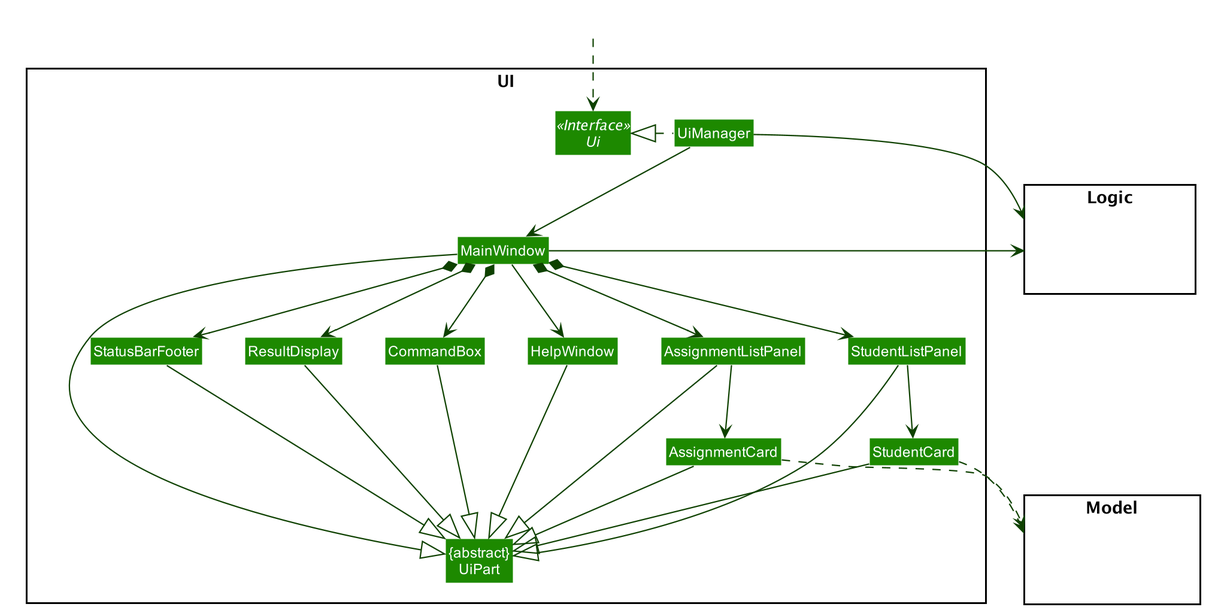
The PlantUML diagram images/UiClassDiagram.png in AY1920S1-CS2103-T14-1/main, before a commit.
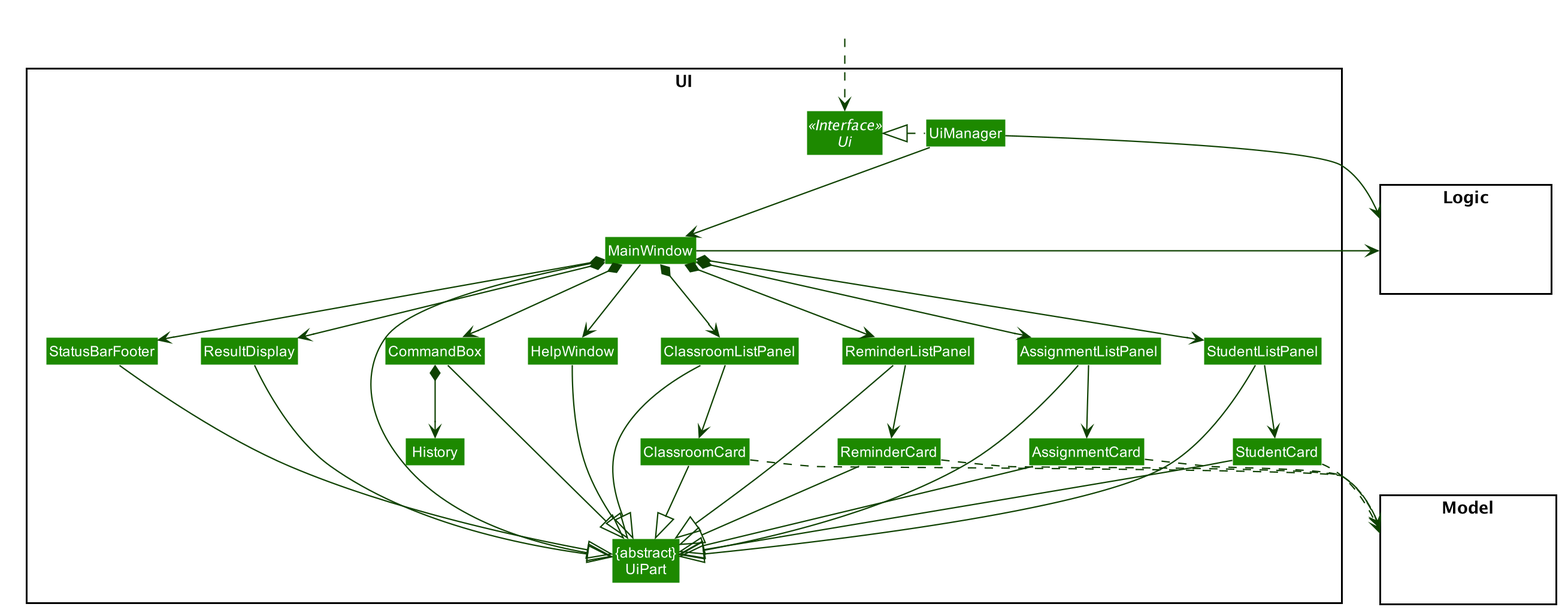
The same diagram one commit later.

Diff of the diagram source:
```diff
@@ -62,8 +62,13 @@
 Class StudentCard
 Class AssignmentListPanel
 Class AssignmentCard
+Class ClassroomListPanel
+Class ClassroomCard
+Class ReminderListPanel
+Class ReminderCard
 Class StatusBarFooter
 Class CommandBox
+Class History
 }
 
 package Model <<Rectangle>> {
@@ -84,10 +89,15 @@
 MainWindow *-down-> ResultDisplay
 MainWindow *-down-> StudentListPanel
 MainWindow *-down-> AssignmentListPanel
+MainWindow *-down-> ClassroomListPanel
 MainWindow *-down-> StatusBarFooter
+MainWindow *-down-> ReminderListPanel
+CommandBox *-down-> History
 
 StudentListPanel -down-> StudentCard
 AssignmentListPanel -down-> AssignmentCard
+ReminderListPanel -down-> ReminderCard
+ClassroomListPanel -down-> ClassroomCard
 
 MainWindow -left-|> UiPart
 
@@ -97,16 +107,24 @@
 StudentCard --|> UiPart
 AssignmentListPanel --|> UiPart
 AssignmentCard --|> UiPart
+ReminderListPanel --|> UiPart
+ReminderCard --|> UiPart
+ClassroomListPanel --|> UiPart
+ClassroomCard --|> UiPart
 StatusBarFooter --|> UiPart
 HelpWindow -down-|> UiPart
 
 StudentCard ..> Model
 AssignmentCard ..> Model
+ReminderCard ..> Model
+ClassroomCard ..> Model
 UiManager -right-> Logic
 MainWindow -left-> Logic
 
 StudentListPanel -[hidden]left- HelpWindow
 AssignmentListPanel -[hidden]left- HelpWindow
+ReminderListPanel -[hidden]left- HelpWindow
+ClassroomListPanel -[hidden]left- HelpWindow
 HelpWindow -[hidden]left- CommandBox
 CommandBox -[hidden]left- ResultDisplay
 ResultDisplay -[hidden]left- StatusBarFooter
```
